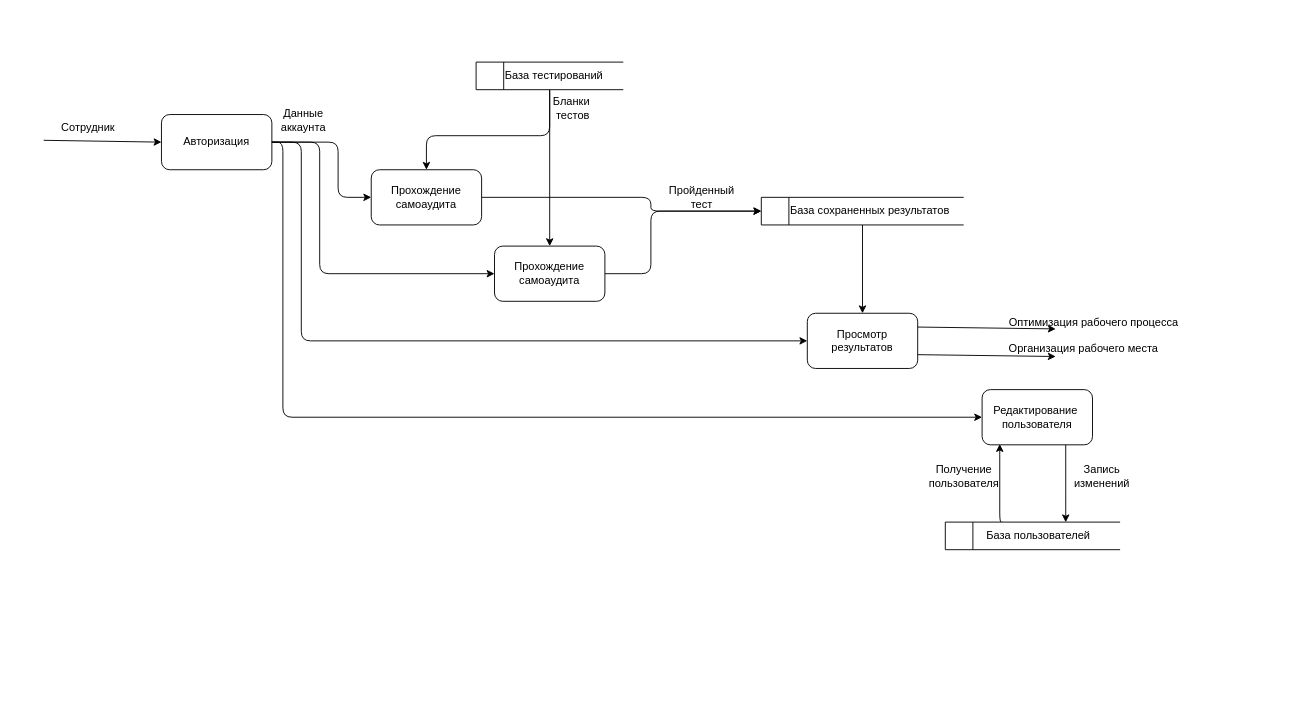
The draw.io diagram page "DFD!" (6 of 13) of Диплом.drawio in Vlad-Efremovv/kursach, before the edit. Source tidied: cells renumbered, new cells numbered last; positions are measured from the earlier drawing's top-left corner, leaving out a move shared by most shapes. Both pictures are drawn from the tidied source at 92%, with x=0, y=0 at pixel (43, 62).
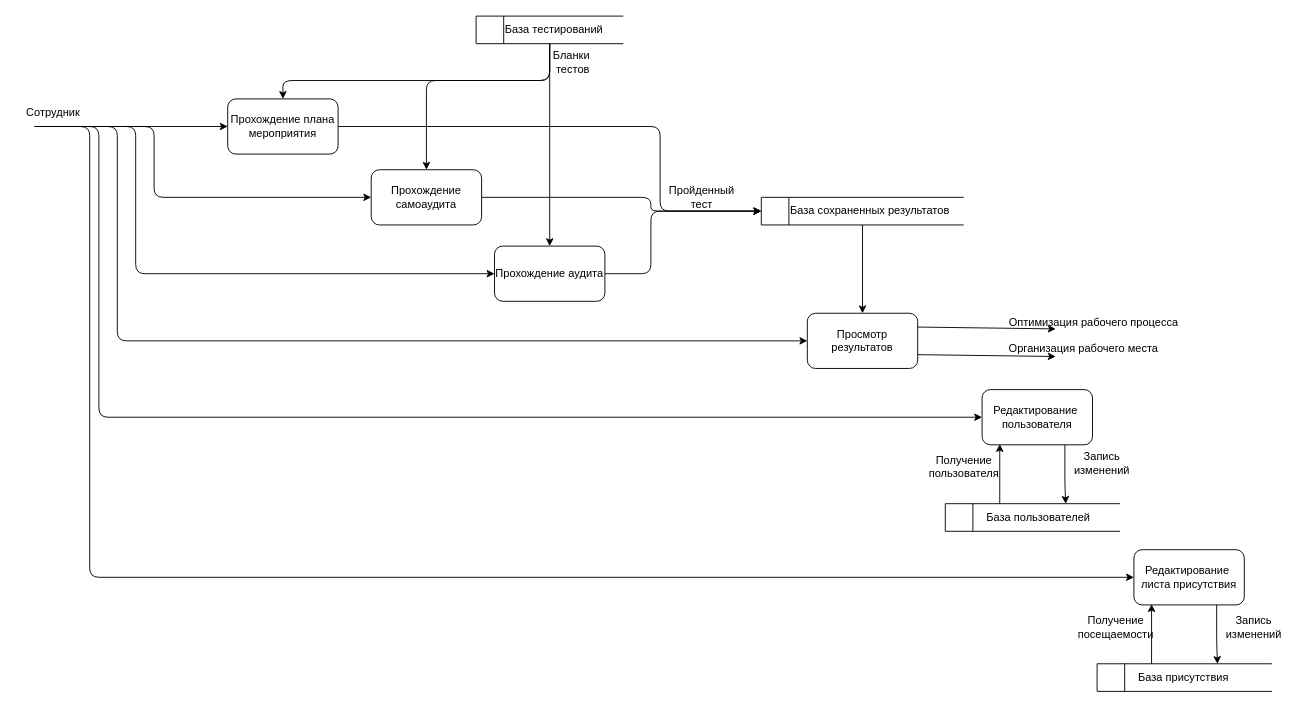
The same page after the edit.

The change refers to these unchanged cells:
```xml
<mxCell id="8" value="Прохождение самоаудита" style="rounded=1;whiteSpace=wrap;html=1;" parent="1" vertex="1">
  <mxGeometry x="356" y="117" width="120" height="60" as="geometry" />
</mxCell>
<mxCell id="13" value="Просмотр результатов" style="rounded=1;whiteSpace=wrap;html=1;" parent="1" vertex="1">
  <mxGeometry x="830" y="273" width="120" height="60" as="geometry" />
</mxCell>
<mxCell id="15" value="Редактирование&amp;nbsp;&lt;div&gt;пользователя&lt;/div&gt;" style="rounded=1;whiteSpace=wrap;html=1;" parent="1" vertex="1">
  <mxGeometry x="1020" y="356" width="120" height="60" as="geometry" />
</mxCell>
<mxCell id="25" value="&lt;span style=&quot;white-space: pre;&quot;&gt;&#9;&lt;/span&gt;База сохраненных результатов" style="html=1;dashed=0;whiteSpace=wrap;shape=mxgraph.dfd.dataStoreID;align=left;spacingLeft=3;points=[[0,0],[0.5,0],[1,0],[0,0.5],[1,0.5],[0,1],[0.5,1],[1,1]];" parent="1" vertex="1">
  <mxGeometry x="780" y="147" width="220" height="30" as="geometry" />
</mxCell>
```

Diff of the diagram source:
```diff
@@
-    <mxCell id="2" value="Авторизация" style="rounded=1;whiteSpace=wrap;html=1;" parent="1" vertex="1">
-      <mxGeometry x="128" y="57" width="120" height="60" as="geometry" />
-    </mxCell>
-    <mxCell id="3" style="endArrow=classic;html=1;rounded=0;entryX=0;entryY=0.5;entryDx=0;entryDy=0;" parent="1" edge="1" target="2">
-      <mxGeometry relative="1" as="geometry">
-        <mxPoint y="85" as="sourcePoint" />
-      </mxGeometry>
-    </mxCell>
     <mxCell id="4" value="&lt;span style=&quot;text-wrap-mode: wrap;&quot;&gt;Сотрудник&lt;/span&gt;" style="text;html=1;align=center;verticalAlign=middle;strokeColor=none;fillColor=none;rounded=0;" parent="1" vertex="1">
-      <mxGeometry x="8" y="55.5" width="80" height="30" as="geometry" />
+      <mxGeometry x="-30" y="40" width="80" height="30" as="geometry" />
     </mxCell>
-    <mxCell id="5" value="Данные&lt;div&gt;аккаунта&lt;/div&gt;" style="text;html=1;align=center;verticalAlign=middle;strokeColor=none;fillColor=none;rounded=0;" parent="1" vertex="1">
-      <mxGeometry x="248" y="42.5" width="67" height="41" as="geometry" />
-    </mxCell>
-    <mxCell id="6" style="edgeStyle=orthogonalEdgeStyle;rounded=1;jettySize=auto;html=1;curved=0;startArrow=classic;startFill=1;endArrow=none;endFill=0;" parent="1" edge="1" source="8" target="2">
+    <mxCell id="6" style="edgeStyle=orthogonalEdgeStyle;rounded=1;jettySize=auto;html=1;curved=0;startArrow=classic;startFill=1;endArrow=none;endFill=0;" parent="1" edge="1" source="8">
       <mxGeometry relative="1" as="geometry">
+        <mxPoint x="50" y="70" as="targetPoint" />
         <Array as="points">
-          <mxPoint x="320" y="147" />
-          <mxPoint x="320" y="87" />
+          <mxPoint x="120" y="147" />
+          <mxPoint x="120" y="70" />
+          <mxPoint x="60" y="70" />
         </Array>
       </mxGeometry>
     </mxCell>
@@
-    <mxCell id="9" style="edgeStyle=orthogonalEdgeStyle;rounded=1;jettySize=auto;html=1;entryX=1;entryY=0.5;entryDx=0;entryDy=0;curved=0;startArrow=classic;startFill=1;endArrow=none;endFill=0;exitX=0;exitY=0.5;exitDx=0;exitDy=0;" parent="1" edge="1" source="11" target="2">
+    <mxCell id="9" style="edgeStyle=orthogonalEdgeStyle;rounded=1;jettySize=auto;html=1;curved=0;startArrow=classic;startFill=1;endArrow=none;endFill=0;exitX=0;exitY=0.5;exitDx=0;exitDy=0;" parent="1" edge="1" source="11">
       <mxGeometry relative="1" as="geometry">
+        <mxPoint x="20" y="70" as="targetPoint" />
         <Array as="points">
-          <mxPoint x="300" y="230" />
-          <mxPoint x="300" y="87" />
+          <mxPoint x="100" y="230" />
+          <mxPoint x="100" y="70" />
+          <mxPoint x="30" y="70" />
         </Array>
       </mxGeometry>
     </mxCell>
@@
-    <mxCell id="11" value="Прохождение самоаудита" style="rounded=1;whiteSpace=wrap;html=1;" parent="1" vertex="1">
+    <mxCell id="11" value="Прохождение аудита" style="rounded=1;whiteSpace=wrap;html=1;" parent="1" vertex="1">
       <mxGeometry x="490" y="200" width="120" height="60" as="geometry" />
     </mxCell>
-    <mxCell id="12" style="edgeStyle=orthogonalEdgeStyle;rounded=1;jettySize=auto;html=1;entryX=1;entryY=0.5;entryDx=0;entryDy=0;curved=0;startArrow=classic;startFill=1;endArrow=none;endFill=0;exitX=0;exitY=0.5;exitDx=0;exitDy=0;" parent="1" edge="1" source="13" target="2">
+    <mxCell id="12" style="edgeStyle=orthogonalEdgeStyle;rounded=1;jettySize=auto;html=1;curved=0;startArrow=classic;startFill=1;endArrow=none;endFill=0;exitX=0;exitY=0.5;exitDx=0;exitDy=0;" parent="1" edge="1" source="13">
       <mxGeometry relative="1" as="geometry">
+        <mxPoint y="70" as="targetPoint" />
         <Array as="points">
-          <mxPoint x="280" y="303" />
-          <mxPoint x="280" y="87" />
+          <mxPoint x="80" y="303" />
+          <mxPoint x="80" y="70" />
+          <mxPoint x="10" y="70" />
         </Array>
       </mxGeometry>
     </mxCell>
@@
-    <mxCell id="14" style="edgeStyle=orthogonalEdgeStyle;rounded=1;jettySize=auto;html=1;entryX=1;entryY=0.5;entryDx=0;entryDy=0;curved=0;startArrow=classic;startFill=1;endArrow=none;endFill=0;exitX=0;exitY=0.5;exitDx=0;exitDy=0;" parent="1" edge="1" source="15" target="2">
+    <mxCell id="14" style="edgeStyle=orthogonalEdgeStyle;rounded=1;jettySize=auto;html=1;curved=0;startArrow=classic;startFill=1;endArrow=none;endFill=0;exitX=0;exitY=0.5;exitDx=0;exitDy=0;" parent="1" edge="1" source="15">
       <mxGeometry relative="1" as="geometry">
+        <mxPoint x="-10" y="70" as="targetPoint" />
         <Array as="points">
-          <mxPoint x="260" y="386" />
-          <mxPoint x="260" y="87" />
+          <mxPoint x="60" y="386" />
+          <mxPoint x="60" y="70" />
+          <mxPoint x="-10" y="70" />
         </Array>
       </mxGeometry>
     </mxCell>
@@
     <mxCell id="22" style="edgeStyle=orthogonalEdgeStyle;rounded=1;jettySize=auto;html=1;entryX=0.5;entryY=0;entryDx=0;entryDy=0;curved=0;exitX=0.5;exitY=1;exitDx=0;exitDy=0;" parent="1" edge="1" source="23" target="8">
       <mxGeometry relative="1" as="geometry">
         <Array as="points">
-          <mxPoint x="550" y="80" />
-          <mxPoint x="416" y="80" />
+          <mxPoint x="550" y="20" />
+          <mxPoint x="416" y="20" />
         </Array>
       </mxGeometry>
     </mxCell>
+    <mxCell id="32" style="edgeStyle=orthogonalEdgeStyle;rounded=1;jettySize=auto;html=1;entryX=0.5;entryY=0;entryDx=0;entryDy=0;curved=0;" parent="1" edge="1" source="23" target="35">
+      <mxGeometry relative="1" as="geometry">
+        <Array as="points">
+          <mxPoint x="550" y="20" />
+          <mxPoint x="260" y="20" />
+        </Array>
+      </mxGeometry>
+    </mxCell>
     <mxCell id="23" value="&lt;span style=&quot;white-space: pre;&quot;&gt;&#9;&lt;/span&gt;База тестирований" style="html=1;dashed=0;whiteSpace=wrap;shape=mxgraph.dfd.dataStoreID;align=left;spacingLeft=3;points=[[0,0],[0.5,0],[1,0],[0,0.5],[1,0.5],[0,1],[0.5,1],[1,1]];" parent="1" vertex="1">
-      <mxGeometry x="470" width="160" height="30" as="geometry" />
+      <mxGeometry x="470" y="-50" width="160" height="30" as="geometry" />
     </mxCell>
@@
     <mxCell id="27" value="&lt;blockquote style=&quot;margin: 0 0 0 40px; border: none; padding: 0px;&quot;&gt;База пользователей&lt;/blockquote&gt;" style="html=1;dashed=0;whiteSpace=wrap;shape=mxgraph.dfd.dataStoreID;align=left;spacingLeft=3;points=[[0,0],[0.5,0],[1,0],[0,0.5],[1,0.5],[0,1],[0.5,1],[1,1]];" parent="1" vertex="1">
-      <mxGeometry x="980" y="500" width="190" height="30" as="geometry" />
+      <mxGeometry x="980" y="480" width="190" height="30" as="geometry" />
     </mxCell>
     <mxCell id="28" value="Бланки&amp;nbsp;&lt;div&gt;&lt;span style=&quot;background-color: initial;&quot;&gt;тестов&lt;/span&gt;&lt;/div&gt;" style="text;html=1;align=center;verticalAlign=middle;strokeColor=none;fillColor=none;" parent="1" vertex="1">
-      <mxGeometry x="540" y="30" width="70" height="40" as="geometry" />
+      <mxGeometry x="540" y="-20" width="70" height="40" as="geometry" />
     </mxCell>
     <mxCell id="29" style="edgeStyle=orthogonalEdgeStyle;rounded=1;jettySize=auto;html=1;entryX=0.689;entryY=0.006;entryDx=0;entryDy=0;curved=0;exitX=0.75;exitY=1;exitDx=0;exitDy=0;entryPerimeter=0;" parent="1" edge="1" source="15" target="27">
       <mxGeometry relative="1" as="geometry">
         <Array as="points">
-          <mxPoint x="1110" y="500" />
+          <mxPoint x="1110" y="460" />
+          <mxPoint x="1111" y="460" />
         </Array>
       </mxGeometry>
     </mxCell>
     <mxCell id="30" value="Получение&lt;div&gt;пользователя&lt;/div&gt;" style="text;html=1;align=center;verticalAlign=middle;strokeColor=none;fillColor=none;" parent="1" vertex="1">
-      <mxGeometry x="950" y="430" width="100" height="40" as="geometry" />
+      <mxGeometry x="950" y="420" width="100" height="40" as="geometry" />
     </mxCell>
     <mxCell id="31" value="Запись&lt;div&gt;изменений&lt;/div&gt;" style="text;html=1;align=center;verticalAlign=middle;strokeColor=none;fillColor=none;" parent="1" vertex="1">
-      <mxGeometry x="1110" y="430" width="80" height="40" as="geometry" />
+      <mxGeometry x="1110" y="416" width="80" height="40" as="geometry" />
     </mxCell>
+    <mxCell id="33" style="edgeStyle=orthogonalEdgeStyle;rounded=1;jettySize=auto;html=1;entryX=0;entryY=0.5;entryDx=0;entryDy=0;curved=0;" parent="1" edge="1" source="35" target="25">
+      <mxGeometry relative="1" as="geometry">
+        <Array as="points">
+          <mxPoint x="670" y="70" />
+          <mxPoint x="670" y="162" />
+        </Array>
+      </mxGeometry>
+    </mxCell>
+    <mxCell id="34" style="edgeStyle=orthogonalEdgeStyle;rounded=0;jettySize=auto;html=1;endArrow=none;endFill=0;startArrow=classic;startFill=1;" parent="1" edge="1" source="35">
+      <mxGeometry relative="1" as="geometry">
+        <mxPoint x="50" y="70" as="targetPoint" />
+      </mxGeometry>
+    </mxCell>
+    <mxCell id="35" value="Прохождение плана мероприятия" style="rounded=1;whiteSpace=wrap;html=1;" parent="1" vertex="1">
+      <mxGeometry x="200" y="40" width="120" height="60" as="geometry" />
+    </mxCell>
+    <mxCell id="36" value="Редактирование&amp;nbsp;&lt;div&gt;листа присутствия&lt;/div&gt;" style="rounded=1;whiteSpace=wrap;html=1;" parent="1" vertex="1">
+      <mxGeometry x="1185" y="530" width="120" height="60" as="geometry" />
+    </mxCell>
+    <mxCell id="37" style="edgeStyle=orthogonalEdgeStyle;rounded=1;jettySize=auto;html=1;entryX=0.16;entryY=0.986;entryDx=0;entryDy=0;curved=0;exitX=0.329;exitY=0.006;exitDx=0;exitDy=0;entryPerimeter=0;exitPerimeter=0;" parent="1" edge="1" source="38" target="36">
+      <mxGeometry relative="1" as="geometry">
+        <Array as="points">
+          <mxPoint x="1204" y="674" />
+        </Array>
+      </mxGeometry>
+    </mxCell>
+    <mxCell id="38" value="&lt;blockquote style=&quot;margin: 0 0 0 40px; border: none; padding: 0px;&quot;&gt;База присутствия&lt;/blockquote&gt;" style="html=1;dashed=0;whiteSpace=wrap;shape=mxgraph.dfd.dataStoreID;align=left;spacingLeft=3;points=[[0,0],[0.5,0],[1,0],[0,0.5],[1,0.5],[0,1],[0.5,1],[1,1]];" parent="1" vertex="1">
+      <mxGeometry x="1145" y="654" width="190" height="30" as="geometry" />
+    </mxCell>
+    <mxCell id="39" style="edgeStyle=orthogonalEdgeStyle;rounded=1;jettySize=auto;html=1;entryX=0.689;entryY=0.006;entryDx=0;entryDy=0;curved=0;exitX=0.75;exitY=1;exitDx=0;exitDy=0;entryPerimeter=0;" parent="1" edge="1" source="36" target="38">
+      <mxGeometry relative="1" as="geometry">
+        <Array as="points">
+          <mxPoint x="1275" y="634" />
+          <mxPoint x="1276" y="634" />
+        </Array>
+      </mxGeometry>
+    </mxCell>
+    <mxCell id="40" value="Получение&lt;div&gt;посещаемости&lt;/div&gt;" style="text;html=1;align=center;verticalAlign=middle;strokeColor=none;fillColor=none;" parent="1" vertex="1">
+      <mxGeometry x="1110" y="594" width="110" height="40" as="geometry" />
+    </mxCell>
+    <mxCell id="41" value="Запись&lt;div&gt;изменений&lt;/div&gt;" style="text;html=1;align=center;verticalAlign=middle;strokeColor=none;fillColor=none;" parent="1" vertex="1">
+      <mxGeometry x="1275" y="594" width="80" height="40" as="geometry" />
+    </mxCell>
+    <mxCell id="42" style="edgeStyle=orthogonalEdgeStyle;rounded=1;jettySize=auto;html=1;curved=0;startArrow=classic;startFill=1;endArrow=none;endFill=0;exitX=0;exitY=0.5;exitDx=0;exitDy=0;" parent="1" edge="1" source="36">
+      <mxGeometry relative="1" as="geometry">
+        <mxPoint x="-10" y="70" as="targetPoint" />
+        <Array as="points">
+          <mxPoint x="50" y="560" />
+          <mxPoint x="50" y="70" />
+          <mxPoint y="70" />
+        </Array>
+      </mxGeometry>
+    </mxCell>
```
